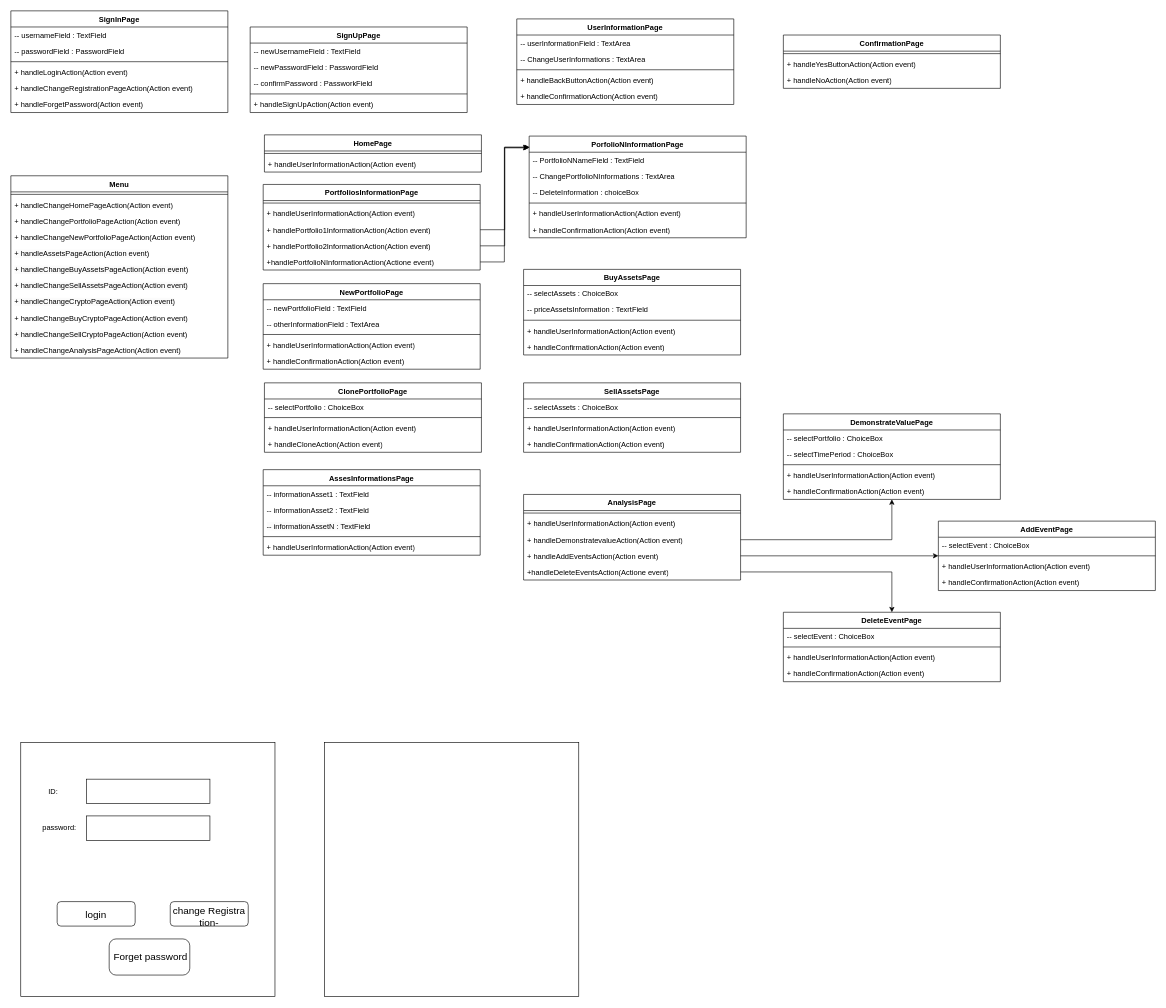
Before: demo/documents/analysises/bussness process/V2.0/UI.drawio in cyang2001/projectJava, a draw.io diagram. Source tidied: cells renumbered, new cells numbered last; positions are measured from the earlier drawing's top-left corner, leaving out a move shared by most shapes. Both pictures are drawn from the tidied source at 62%, with x=0, y=0 at pixel (11, 11).
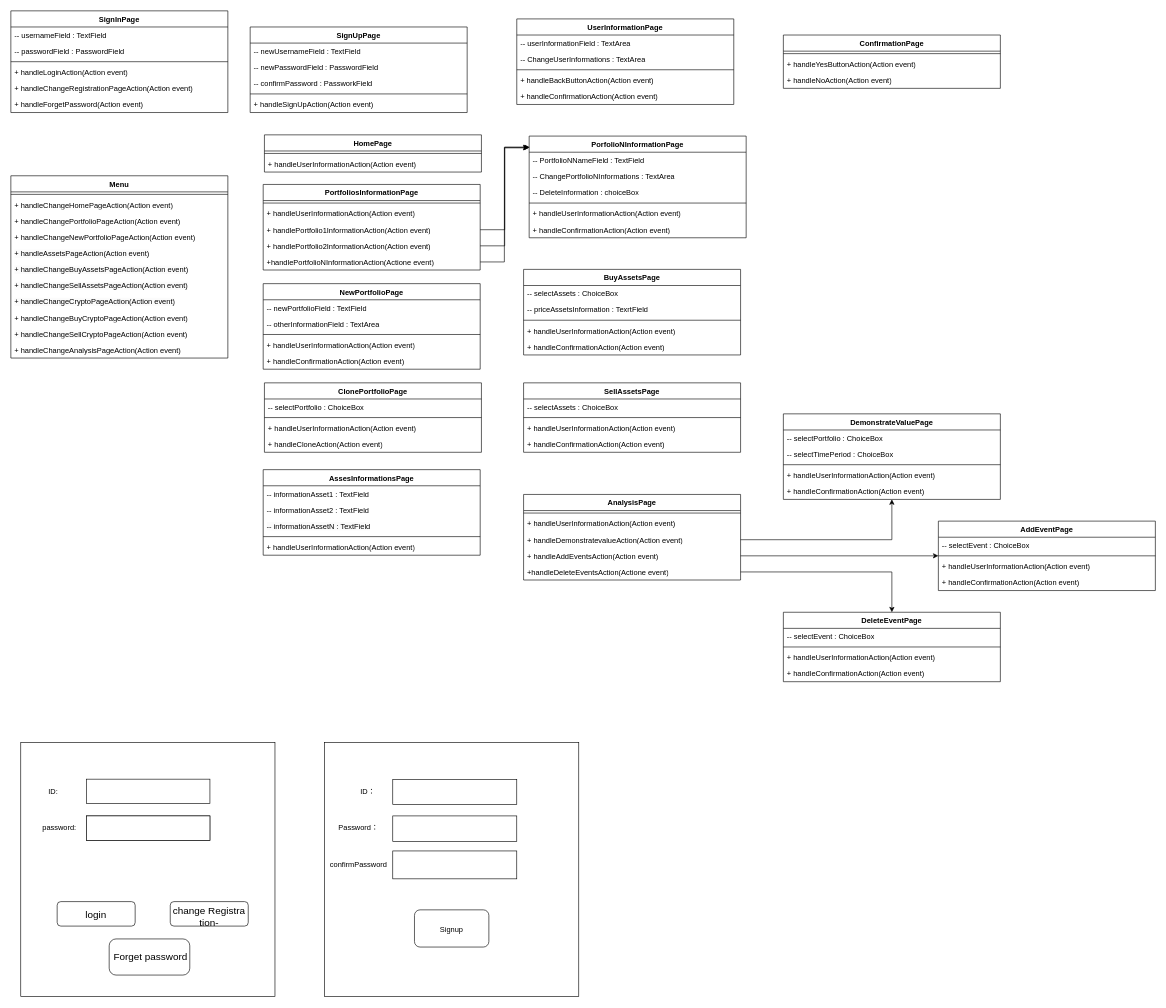
After the change.

The edit, as a diff of the source:
```diff
@@
+    <mxCell id="123" style="rounded=0;whiteSpace=wrap;html=1;" parent="1" vertex="1">
+      <mxGeometry x="616" y="1240" width="200" height="40" as="geometry" />
+    </mxCell>
+    <mxCell id="124" value="ID：" style="text;html=1;strokeColor=none;fillColor=none;align=center;verticalAlign=middle;whiteSpace=wrap;rounded=0;" parent="1" vertex="1">
+      <mxGeometry x="546" y="1245" width="60" height="30" as="geometry" />
+    </mxCell>
+    <mxCell id="125" style="rounded=0;whiteSpace=wrap;html=1;" parent="1" vertex="1">
+      <mxGeometry x="121.9" y="1298.5" width="199.2" height="39.5" as="geometry" />
+    </mxCell>
+    <mxCell id="126" style="rounded=0;whiteSpace=wrap;html=1;" parent="1" vertex="1">
+      <mxGeometry x="616" y="1298.5" width="200" height="41.5" as="geometry" />
+    </mxCell>
+    <mxCell id="127" style="rounded=0;whiteSpace=wrap;html=1;" parent="1" vertex="1">
+      <mxGeometry x="616" y="1355" width="200" height="45" as="geometry" />
+    </mxCell>
+    <mxCell id="128" value="Password：" style="text;html=1;strokeColor=none;fillColor=none;align=center;verticalAlign=middle;whiteSpace=wrap;rounded=0;" parent="1" vertex="1">
+      <mxGeometry x="531" y="1303.2" width="60" height="30" as="geometry" />
+    </mxCell>
+    <mxCell id="129" value="confirmPassword" style="text;html=1;strokeColor=none;fillColor=none;align=center;verticalAlign=middle;whiteSpace=wrap;rounded=0;" parent="1" vertex="1">
+      <mxGeometry x="526" y="1362.5" width="70" height="30" as="geometry" />
+    </mxCell>
+    <mxCell id="130" style="rounded=1;whiteSpace=wrap;html=1;" parent="1" vertex="1">
+      <mxGeometry x="651" y="1450" width="120" height="60" as="geometry" />
+    </mxCell>
+    <mxCell id="131" value="Signup" style="text;html=1;strokeColor=none;fillColor=none;align=center;verticalAlign=middle;whiteSpace=wrap;rounded=0;" parent="1" vertex="1">
+      <mxGeometry x="671" y="1455" width="80" height="55" as="geometry" />
+    </mxCell>
```
